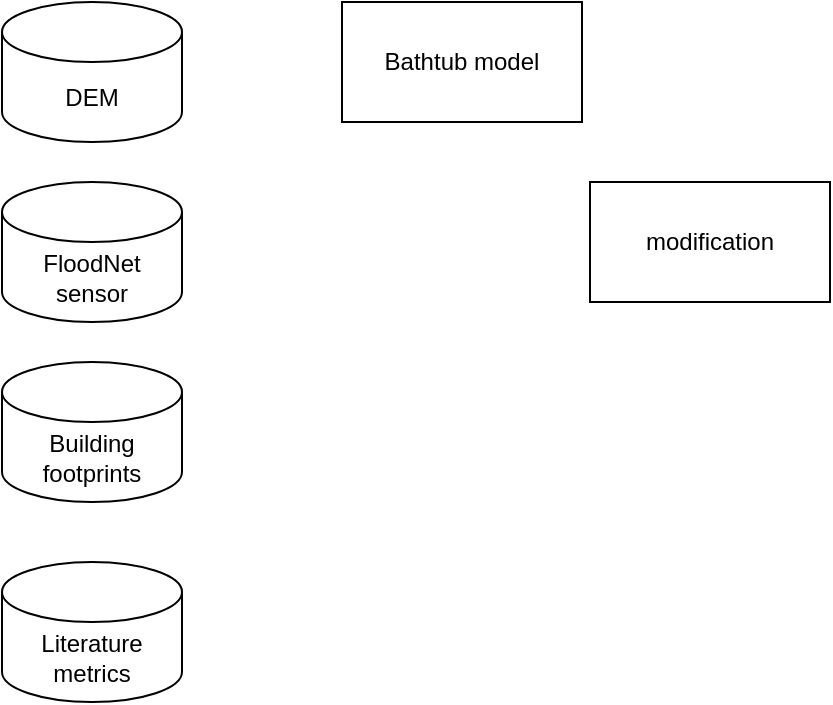
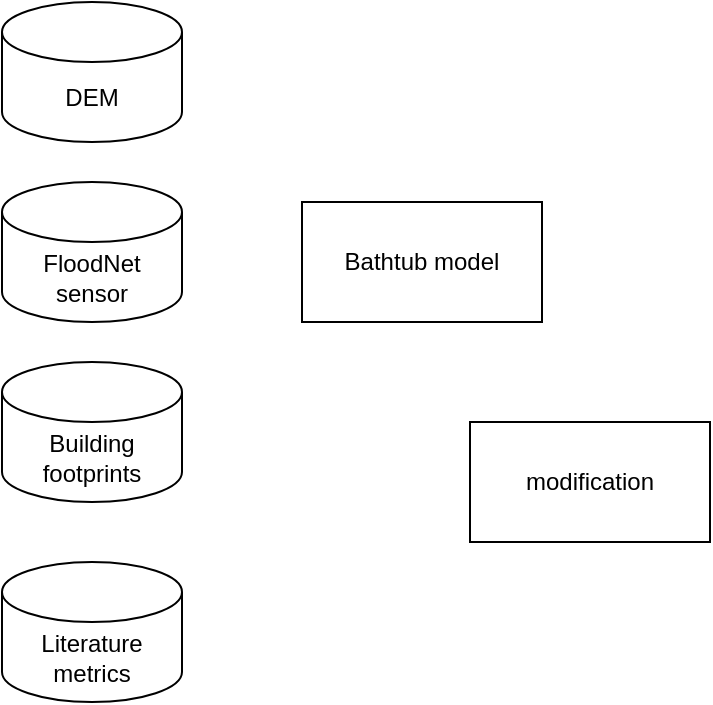
<mxfile host="app.diagrams.net">
  <diagram name="第 1 页" id="rrjs3x73q6XKG6Un8orv">
-     <mxGraphModel dx="809" dy="435" grid="1" gridSize="10" guides="1" tooltips="1" connect="1" arrows="1" fold="1" page="1" pageScale="1" pageWidth="827" pageHeight="1169" math="0" shadow="0">
+     <mxGraphModel dx="1240" dy="326" grid="1" gridSize="10" guides="1" tooltips="1" connect="1" arrows="1" fold="1" page="1" pageScale="1" pageWidth="827" pageHeight="1169" math="0" shadow="0">
      <root>
        <mxCell id="0" />
        <mxCell id="1" parent="0" />
        <mxCell id="wsXrPMJaeRBQqD8lpksv-2" parent="1" style="shape=cylinder3;whiteSpace=wrap;html=1;boundedLbl=1;backgroundOutline=1;size=15;" value="DEM" vertex="1">
          <mxGeometry height="70" width="90" x="60" y="180" as="geometry" />
        </mxCell>
        <mxCell id="wsXrPMJaeRBQqD8lpksv-3" parent="1" style="shape=cylinder3;whiteSpace=wrap;html=1;boundedLbl=1;backgroundOutline=1;size=15;" value="FloodNet sensor" vertex="1">
          <mxGeometry height="70" width="90" x="60" y="270" as="geometry" />
        </mxCell>
        <mxCell id="wsXrPMJaeRBQqD8lpksv-4" parent="1" style="rounded=0;whiteSpace=wrap;html=1;" value="Bathtub model" vertex="1">
-           <mxGeometry height="60" width="120" x="230" y="180" as="geometry" />
+           <mxGeometry height="60" width="120" x="210" y="280" as="geometry" />
        </mxCell>
        <mxCell id="wsXrPMJaeRBQqD8lpksv-5" parent="1" style="rounded=0;whiteSpace=wrap;html=1;" value="modification" vertex="1">
-           <mxGeometry height="60" width="120" x="354" y="270" as="geometry" />
+           <mxGeometry height="60" width="120" x="294" y="390" as="geometry" />
        </mxCell>
        <mxCell id="wsXrPMJaeRBQqD8lpksv-6" parent="1" style="shape=cylinder3;whiteSpace=wrap;html=1;boundedLbl=1;backgroundOutline=1;size=15;" value="Building footprints" vertex="1">
          <mxGeometry height="70" width="90" x="60" y="360" as="geometry" />
        </mxCell>
        <mxCell id="wsXrPMJaeRBQqD8lpksv-7" parent="1" style="shape=cylinder3;whiteSpace=wrap;html=1;boundedLbl=1;backgroundOutline=1;size=15;" value="Literature metrics" vertex="1">
          <mxGeometry height="70" width="90" x="60" y="460" as="geometry" />
        </mxCell>
      </root>
    </mxGraphModel>
  </diagram>
</mxfile>
